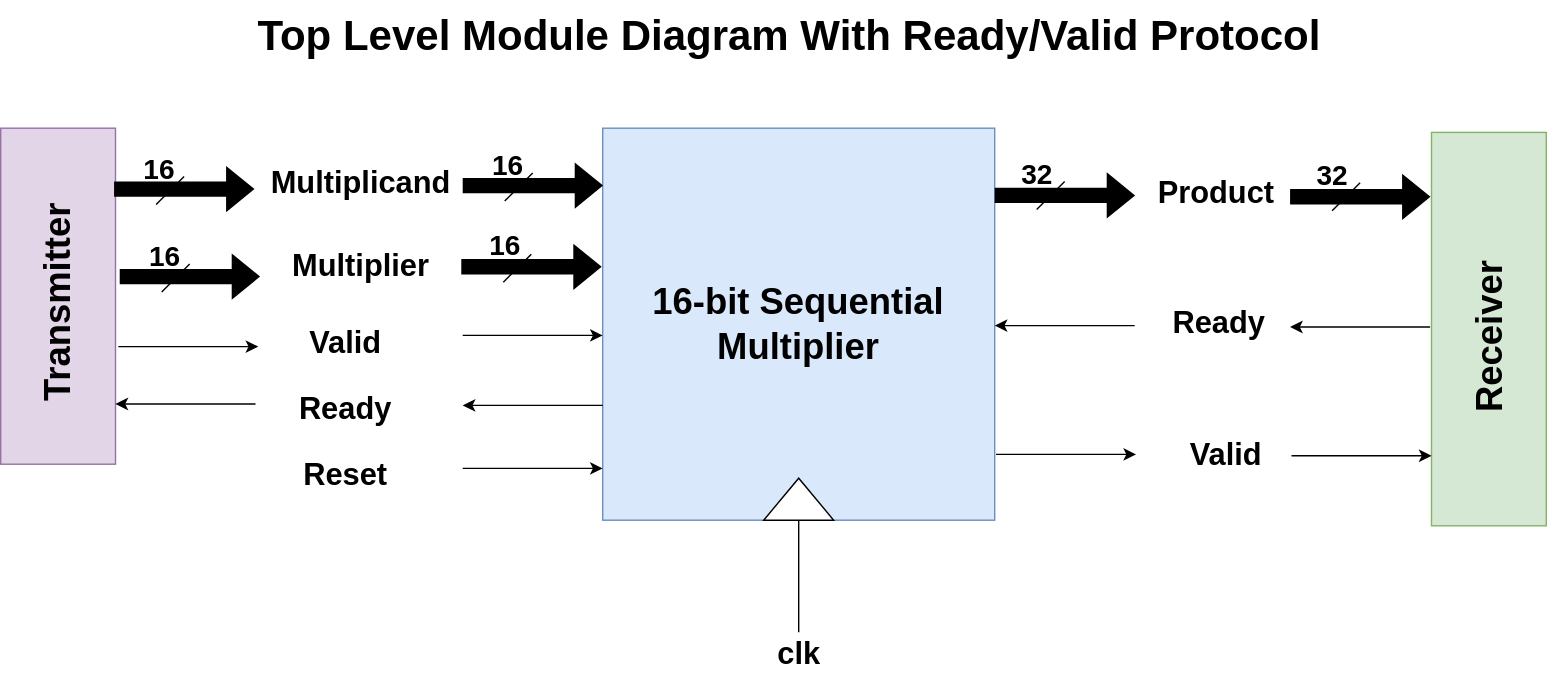
The draw.io diagram Mujtaba/Multiplier_w_RV_Protocol/docs/top_module.drawio.svg in medsuet/Xcelerium-IC-Design-Training, before a commit. Source tidied: cells renumbered, new cells last; positions are measured from the earlier drawing's top-left corner, leaving out a move shared by most shapes.
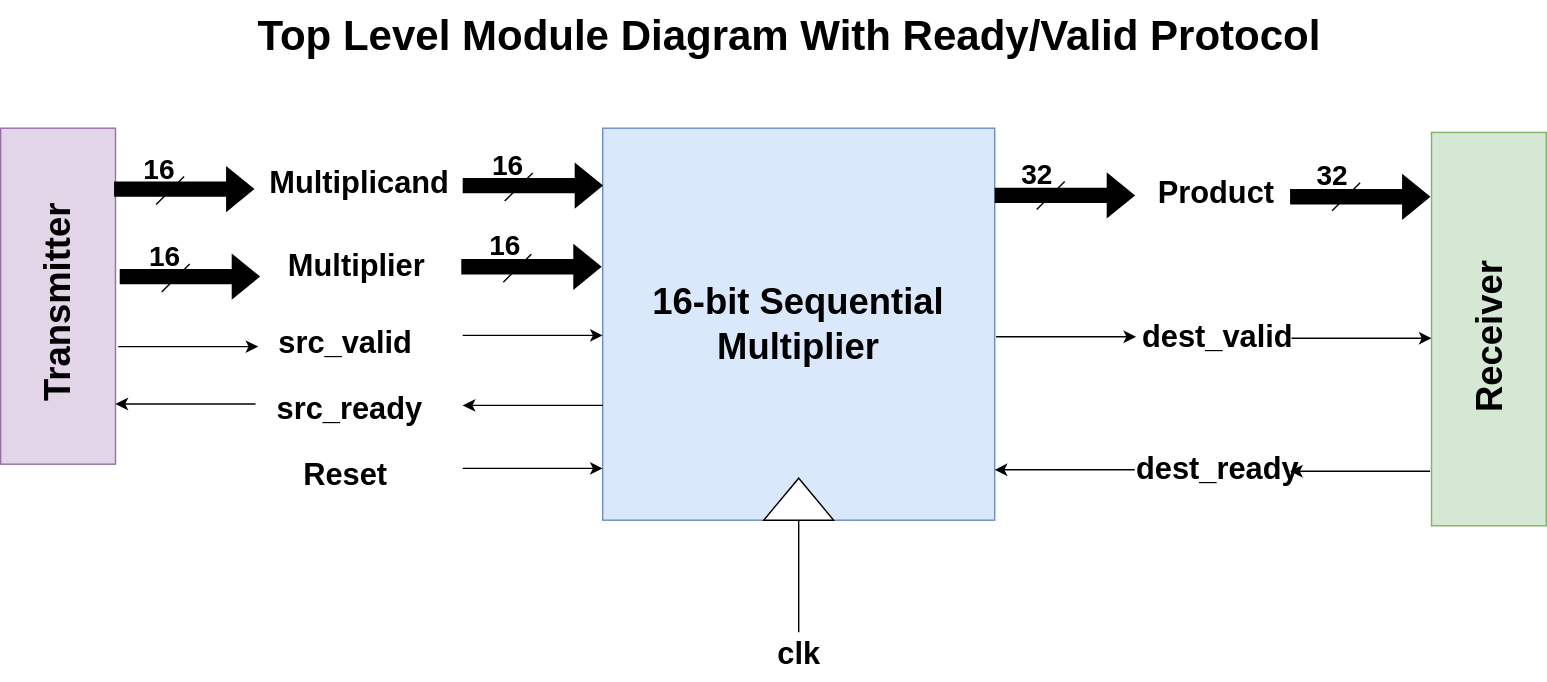
After the change.

Commit message:
Optimized Code of Multiplier with Ready/Val Protocol

The edit, as a diff of the source:
```diff
@@ -49,8 +49,8 @@
     </mxCell>
     <mxCell id="10" style="endArrow=classic;html=1;rounded=0;" parent="1" edge="1">
       <mxGeometry relative="1" as="geometry">
-        <mxPoint x="850" y="232" as="sourcePoint" />
-        <mxPoint x="750" y="232" as="targetPoint" />
+        <mxPoint x="850" y="335" as="sourcePoint" />
+        <mxPoint x="750" y="335" as="targetPoint" />
       </mxGeometry>
     </mxCell>
     <mxCell id="11" style="triangle;whiteSpace=wrap;html=1;direction=north;" parent="1" vertex="1">
@@ -72,19 +72,19 @@
       <mxGeometry x="759" y="104" width="41" height="37" as="geometry" />
     </mxCell>
     <mxCell id="16" value="&lt;font style=&quot;font-size: 22px;&quot;&gt;&lt;b&gt;Multiplicand&lt;/b&gt;&lt;/font&gt;" style="text;html=1;align=center;verticalAlign=middle;fillColor=none;" parent="1" vertex="1">
-      <mxGeometry x="224" y="111" width="147" height="39" as="geometry" />
+      <mxGeometry x="222" y="111" width="147" height="39" as="geometry" />
     </mxCell>
     <mxCell id="17" value="&lt;font style=&quot;font-size: 22px;&quot;&gt;&lt;b&gt;Multiplier&lt;/b&gt;&lt;/font&gt;" style="text;html=1;align=center;verticalAlign=middle;strokeColor=none;fillColor=none;" parent="1" vertex="1">
-      <mxGeometry x="239" y="170" width="117" height="39" as="geometry" />
+      <mxGeometry x="235" y="170" width="117" height="39" as="geometry" />
     </mxCell>
-    <mxCell id="18" value="&lt;b&gt;&lt;font style=&quot;font-size: 22px;&quot;&gt;Valid&lt;/font&gt;&lt;/b&gt;" style="text;html=1;align=center;verticalAlign=middle;strokeColor=none;fillColor=none;" parent="1" vertex="1">
-      <mxGeometry x="250" y="225" width="72" height="39" as="geometry" />
+    <mxCell id="18" value="&lt;b&gt;&lt;font style=&quot;font-size: 22px;&quot;&gt;src_valid&lt;/font&gt;&lt;/b&gt;" style="text;html=1;align=center;verticalAlign=middle;strokeColor=none;fillColor=none;" parent="1" vertex="1">
+      <mxGeometry x="229" y="225" width="114" height="39" as="geometry" />
     </mxCell>
     <mxCell id="19" value="&lt;font style=&quot;font-size: 22px;&quot;&gt;&lt;b&gt;Product&lt;/b&gt;&lt;/font&gt;" style="text;html=1;align=center;verticalAlign=middle;strokeColor=none;fillColor=none;" parent="1" vertex="1">
       <mxGeometry x="857" y="118" width="102" height="39" as="geometry" />
     </mxCell>
-    <mxCell id="20" value="&lt;b&gt;&lt;font style=&quot;font-size: 22px;&quot;&gt;Ready&lt;/font&gt;&lt;/b&gt;" style="text;html=1;align=center;verticalAlign=middle;strokeColor=none;fillColor=none;" parent="1" vertex="1">
-      <mxGeometry x="867" y="211.5" width="85" height="39" as="geometry" />
+    <mxCell id="20" value="&lt;b&gt;&lt;font style=&quot;font-size: 22px;&quot;&gt;dest_ready&lt;/font&gt;&lt;/b&gt;" style="text;html=1;align=center;verticalAlign=middle;strokeColor=none;fillColor=none;" parent="1" vertex="1">
+      <mxGeometry x="842" y="315.5" width="135" height="39" as="geometry" />
     </mxCell>
     <mxCell id="21" value="&lt;b&gt;&lt;font style=&quot;font-size: 22px;&quot;&gt;clk&lt;/font&gt;&lt;/b&gt;" style="text;html=1;align=center;verticalAlign=middle;strokeColor=none;fillColor=none;" parent="1" vertex="1">
       <mxGeometry x="585" y="447" width="50" height="39" as="geometry" />
@@ -107,17 +107,17 @@
         <mxPoint x="370" y="289" as="targetPoint" />
       </mxGeometry>
     </mxCell>
-    <mxCell id="26" value="&lt;b&gt;&lt;font style=&quot;font-size: 22px;&quot;&gt;Ready&lt;/font&gt;&lt;/b&gt;" style="text;html=1;align=center;verticalAlign=middle;strokeColor=none;fillColor=none;" parent="1" vertex="1">
-      <mxGeometry x="243.5" y="272" width="85" height="39" as="geometry" />
+    <mxCell id="26" value="&lt;b&gt;&lt;font style=&quot;font-size: 22px;&quot;&gt;src_ready&lt;/font&gt;&lt;/b&gt;" style="text;html=1;align=center;verticalAlign=middle;strokeColor=none;fillColor=none;" parent="1" vertex="1">
+      <mxGeometry x="227.5" y="272" width="123" height="39" as="geometry" />
     </mxCell>
     <mxCell id="27" style="endArrow=classic;html=1;rounded=0;" parent="1" edge="1">
       <mxGeometry relative="1" as="geometry">
-        <mxPoint x="751" y="324" as="sourcePoint" />
-        <mxPoint x="851" y="324" as="targetPoint" />
+        <mxPoint x="751" y="240" as="sourcePoint" />
+        <mxPoint x="851" y="240" as="targetPoint" />
       </mxGeometry>
     </mxCell>
-    <mxCell id="28" value="&lt;b&gt;&lt;font style=&quot;font-size: 22px;&quot;&gt;Valid&lt;/font&gt;&lt;/b&gt;" style="text;html=1;align=center;verticalAlign=middle;strokeColor=none;fillColor=none;" parent="1" vertex="1">
-      <mxGeometry x="879" y="305" width="72" height="39" as="geometry" />
+    <mxCell id="28" value="&lt;b&gt;&lt;font style=&quot;font-size: 22px;&quot;&gt;dest_valid&lt;/font&gt;&lt;/b&gt;" style="text;html=1;align=center;verticalAlign=middle;strokeColor=none;fillColor=none;" parent="1" vertex="1">
+      <mxGeometry x="845" y="221" width="127" height="39" as="geometry" />
     </mxCell>
     <mxCell id="29" style="rounded=0;whiteSpace=wrap;html=1;fillColor=#e1d5e7;strokeColor=#9673a6;" parent="1" vertex="1">
       <mxGeometry x="40" y="91" width="82" height="240" as="geometry" />
@@ -181,8 +181,8 @@
     </mxCell>
     <mxCell id="41" style="endArrow=classic;html=1;rounded=0;" parent="1" edge="1">
       <mxGeometry relative="1" as="geometry">
-        <mxPoint x="1061" y="233" as="sourcePoint" />
-        <mxPoint x="961" y="233" as="targetPoint" />
+        <mxPoint x="1061" y="336" as="sourcePoint" />
+        <mxPoint x="961" y="336" as="targetPoint" />
       </mxGeometry>
     </mxCell>
     <mxCell id="42" value="&lt;b&gt;&lt;font style=&quot;font-size: 20px;&quot;&gt;32&lt;/font&gt;&lt;/b&gt;" style="text;html=1;align=center;verticalAlign=middle;strokeColor=none;fillColor=none;" parent="1" vertex="1">
@@ -190,8 +190,8 @@
     </mxCell>
     <mxCell id="43" style="endArrow=classic;html=1;rounded=0;" parent="1" edge="1">
       <mxGeometry relative="1" as="geometry">
-        <mxPoint x="962" y="325" as="sourcePoint" />
-        <mxPoint x="1062" y="325" as="targetPoint" />
+        <mxPoint x="962" y="241" as="sourcePoint" />
+        <mxPoint x="1062" y="241" as="targetPoint" />
       </mxGeometry>
     </mxCell>
     <mxCell id="44" value="&lt;font style=&quot;font-size: 26px;&quot;&gt;&lt;b&gt;&lt;font style=&quot;font-size: 26px;&quot;&gt;Transmitter&lt;/font&gt;&lt;/b&gt;&lt;/font&gt;" style="text;html=1;align=center;verticalAlign=middle;strokeColor=none;fillColor=none;rotation=-90;" parent="1" vertex="1">
```
